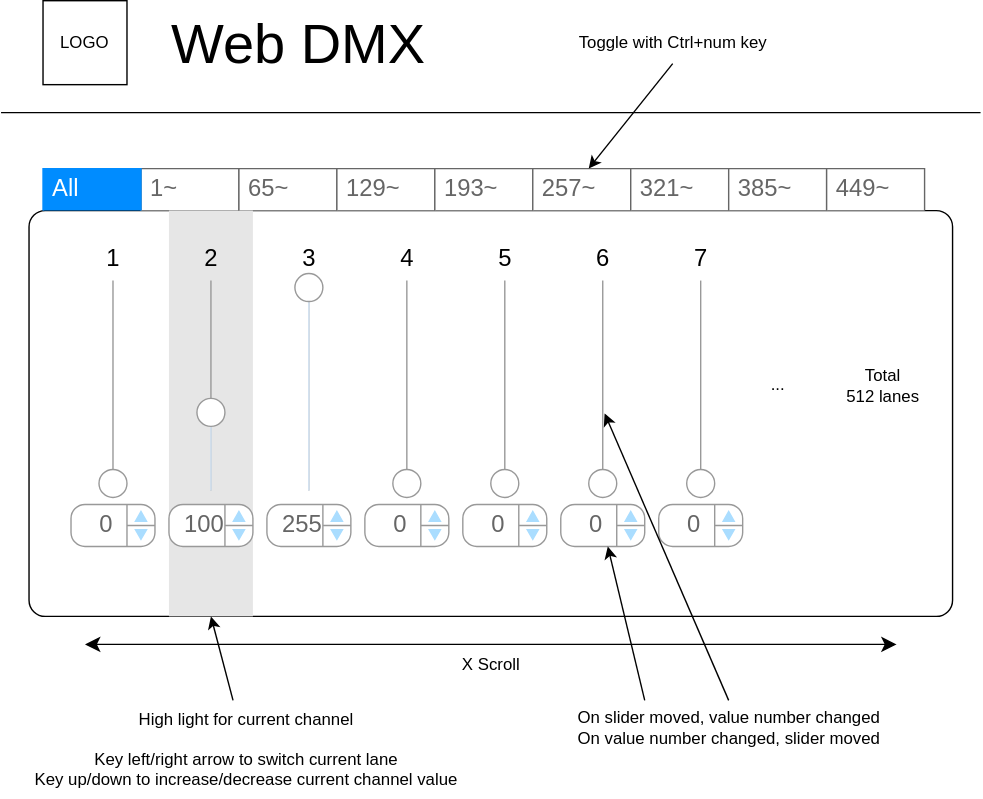
This is designs/web-ui.drawio.svg from aKuad/web-dmx, a draw.io export, as it was before one commit. Source tidied: cells renumbered, new cells last; positions are measured from the earlier drawing's top-left corner, leaving out a move shared by most shapes.
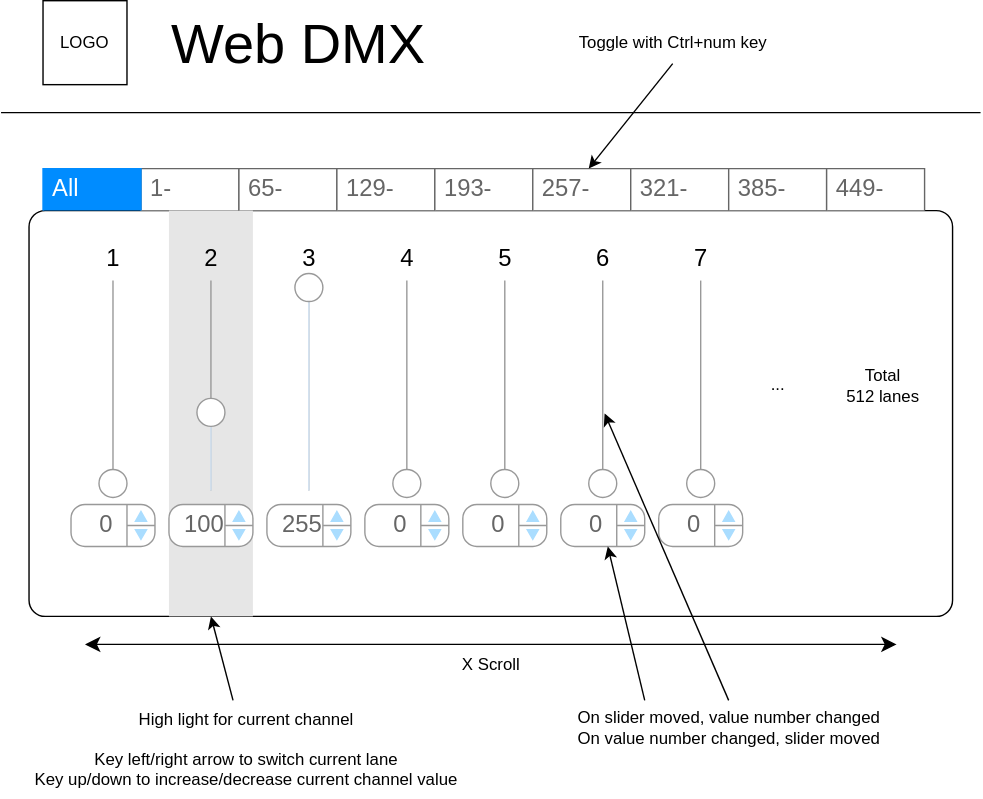
The same diagram one commit later.

Commit message:
Mod: Tab text '<num>~' to '<num>-' applied to draw, may be better for avoiding troubles

What changed in the source:
```diff
@@ -98,31 +98,31 @@
     <mxCell id="31" value="On slider moved, value number changed&lt;div&gt;On value number changed, slider moved&lt;/div&gt;" style="text;html=1;align=center;verticalAlign=middle;points=[];strokeColor=none;fillColor=none;" parent="1" vertex="1">
       <mxGeometry x="400" y="500" width="240" height="40" as="geometry" />
     </mxCell>
-    <mxCell id="32" value="1~" style="strokeWidth=1;shadow=0;dashed=0;align=center;html=1;shape=mxgraph.mockup.forms.uRect;fontSize=17;fontColor=#666666;align=left;spacingLeft=5;strokeColor=#666666;" parent="1" vertex="1">
+    <mxCell id="32" value="1-" style="strokeWidth=1;shadow=0;dashed=0;align=center;html=1;shape=mxgraph.mockup.forms.uRect;fontSize=17;fontColor=#666666;align=left;spacingLeft=5;strokeColor=#666666;" parent="1" vertex="1">
       <mxGeometry x="100" y="120" width="70" height="30" as="geometry" />
     </mxCell>
-    <mxCell id="33" value="65~" style="strokeWidth=1;shadow=0;dashed=0;align=center;html=1;shape=mxgraph.mockup.forms.uRect;fontSize=17;fontColor=#666666;align=left;spacingLeft=5;strokeColor=#666666;" parent="1" vertex="1">
+    <mxCell id="33" value="65-" style="strokeWidth=1;shadow=0;dashed=0;align=center;html=1;shape=mxgraph.mockup.forms.uRect;fontSize=17;fontColor=#666666;align=left;spacingLeft=5;strokeColor=#666666;" parent="1" vertex="1">
       <mxGeometry x="170" y="120" width="70" height="30" as="geometry" />
     </mxCell>
     <mxCell id="34" value="All" style="strokeWidth=1;shadow=0;dashed=0;align=center;html=1;shape=mxgraph.mockup.forms.uRect;fontSize=17;fontColor=#ffffff;align=left;spacingLeft=5;strokeColor=#008cff;fillColor=#008cff;" parent="1" vertex="1">
       <mxGeometry x="30" y="120" width="70" height="30" as="geometry" />
     </mxCell>
-    <mxCell id="35" value="129~" style="strokeWidth=1;shadow=0;dashed=0;align=center;html=1;shape=mxgraph.mockup.forms.uRect;fontSize=17;fontColor=#666666;align=left;spacingLeft=5;strokeColor=#666666;" parent="1" vertex="1">
+    <mxCell id="35" value="129-" style="strokeWidth=1;shadow=0;dashed=0;align=center;html=1;shape=mxgraph.mockup.forms.uRect;fontSize=17;fontColor=#666666;align=left;spacingLeft=5;strokeColor=#666666;" parent="1" vertex="1">
       <mxGeometry x="240" y="120" width="70" height="30" as="geometry" />
     </mxCell>
-    <mxCell id="36" value="193~" style="strokeWidth=1;shadow=0;dashed=0;align=center;html=1;shape=mxgraph.mockup.forms.uRect;fontSize=17;fontColor=#666666;align=left;spacingLeft=5;strokeColor=#666666;" parent="1" vertex="1">
+    <mxCell id="36" value="193-" style="strokeWidth=1;shadow=0;dashed=0;align=center;html=1;shape=mxgraph.mockup.forms.uRect;fontSize=17;fontColor=#666666;align=left;spacingLeft=5;strokeColor=#666666;" parent="1" vertex="1">
       <mxGeometry x="310" y="120" width="70" height="30" as="geometry" />
     </mxCell>
-    <mxCell id="37" value="257~" style="strokeWidth=1;shadow=0;dashed=0;align=center;html=1;shape=mxgraph.mockup.forms.uRect;fontSize=17;fontColor=#666666;align=left;spacingLeft=5;strokeColor=#666666;" parent="1" vertex="1">
+    <mxCell id="37" value="257-" style="strokeWidth=1;shadow=0;dashed=0;align=center;html=1;shape=mxgraph.mockup.forms.uRect;fontSize=17;fontColor=#666666;align=left;spacingLeft=5;strokeColor=#666666;" parent="1" vertex="1">
       <mxGeometry x="380" y="120" width="70" height="30" as="geometry" />
     </mxCell>
-    <mxCell id="38" value="321~" style="strokeWidth=1;shadow=0;dashed=0;align=center;html=1;shape=mxgraph.mockup.forms.uRect;fontSize=17;fontColor=#666666;align=left;spacingLeft=5;strokeColor=#666666;" parent="1" vertex="1">
+    <mxCell id="38" value="321-" style="strokeWidth=1;shadow=0;dashed=0;align=center;html=1;shape=mxgraph.mockup.forms.uRect;fontSize=17;fontColor=#666666;align=left;spacingLeft=5;strokeColor=#666666;" parent="1" vertex="1">
       <mxGeometry x="450" y="120" width="70" height="30" as="geometry" />
     </mxCell>
-    <mxCell id="39" value="385~" style="strokeWidth=1;shadow=0;dashed=0;align=center;html=1;shape=mxgraph.mockup.forms.uRect;fontSize=17;fontColor=#666666;align=left;spacingLeft=5;strokeColor=#666666;" parent="1" vertex="1">
+    <mxCell id="39" value="385-" style="strokeWidth=1;shadow=0;dashed=0;align=center;html=1;shape=mxgraph.mockup.forms.uRect;fontSize=17;fontColor=#666666;align=left;spacingLeft=5;strokeColor=#666666;" parent="1" vertex="1">
       <mxGeometry x="520" y="120" width="70" height="30" as="geometry" />
     </mxCell>
-    <mxCell id="40" value="449~" style="strokeWidth=1;shadow=0;dashed=0;align=center;html=1;shape=mxgraph.mockup.forms.uRect;fontSize=17;fontColor=#666666;align=left;spacingLeft=5;strokeColor=#666666;" parent="1" vertex="1">
+    <mxCell id="40" value="449-" style="strokeWidth=1;shadow=0;dashed=0;align=center;html=1;shape=mxgraph.mockup.forms.uRect;fontSize=17;fontColor=#666666;align=left;spacingLeft=5;strokeColor=#666666;" parent="1" vertex="1">
       <mxGeometry x="590" y="120" width="70" height="30" as="geometry" />
     </mxCell>
     <mxCell id="41" style="verticalLabelPosition=bottom;shadow=0;dashed=0;align=center;html=1;verticalAlign=top;strokeWidth=1;shape=mxgraph.mockup.forms.horSlider;strokeColor=#999999;sliderStyle=basic;sliderPos=0;handleStyle=circle;fillColor2=#ddeeff;direction=north;" parent="1" vertex="1">
```
